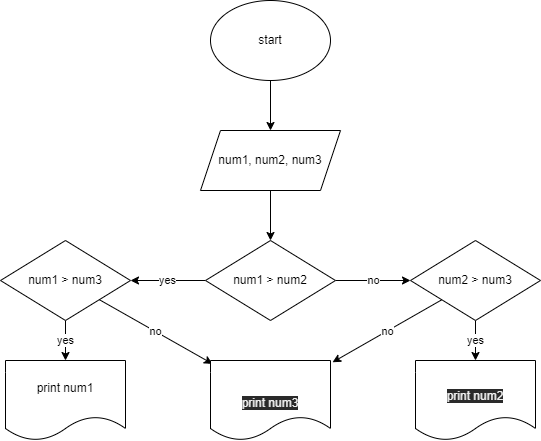
Above: zadacha2/zadacha2.drawio.png in Andrei-Serov73/Homework_08_07_22 (draw.io), before the change. Source tidied: cells renumbered, new cells last; positions are measured from the earlier drawing's top-left corner, leaving out a move shared by most shapes.
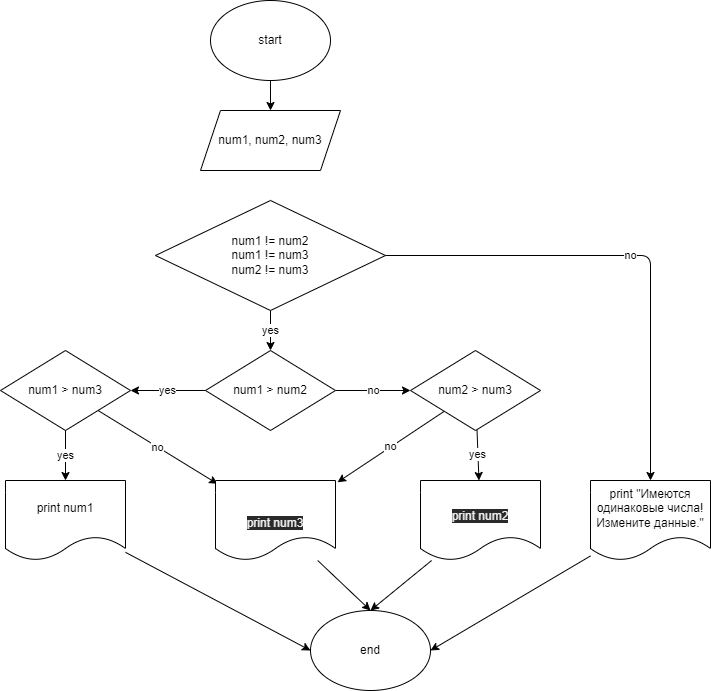
The same diagram one commit later.

Commit message:
решил вторую задачу

The edit, as a diff of the source:
```diff
@@ -8,11 +8,8 @@
     <mxCell id="3" value="start" style="ellipse;whiteSpace=wrap;html=1;" parent="1" vertex="1">
       <mxGeometry x="210" width="120" height="80" as="geometry" />
     </mxCell>
-    <mxCell id="4" style="edgeStyle=none;html=1;" parent="1" edge="1" source="5" target="8">
-      <mxGeometry relative="1" as="geometry" />
-    </mxCell>
     <mxCell id="5" value="num1, num2, num3" style="shape=parallelogram;perimeter=parallelogramPerimeter;whiteSpace=wrap;html=1;fixedSize=1;" parent="1" vertex="1">
-      <mxGeometry x="200" y="130" width="140" height="60" as="geometry" />
+      <mxGeometry x="200" y="110" width="140" height="60" as="geometry" />
     </mxCell>
     <mxCell id="6" value="yes" style="edgeStyle=none;html=1;" parent="1" edge="1" source="8" target="11">
       <mxGeometry relative="1" as="geometry" />
@@ -21,7 +18,7 @@
       <mxGeometry relative="1" as="geometry" />
     </mxCell>
     <mxCell id="8" value="num1 &amp;gt; num2" style="rhombus;whiteSpace=wrap;html=1;" parent="1" vertex="1">
-      <mxGeometry x="205" y="240" width="130" height="80" as="geometry" />
+      <mxGeometry x="205" y="350" width="130" height="80" as="geometry" />
     </mxCell>
     <mxCell id="9" value="yes" style="edgeStyle=none;html=1;" parent="1" edge="1" source="11" target="15">
       <mxGeometry relative="1" as="geometry" />
@@ -30,7 +27,7 @@
       <mxGeometry relative="1" as="geometry" />
     </mxCell>
     <mxCell id="11" value="num1 &amp;gt; num3" style="rhombus;whiteSpace=wrap;html=1;" parent="1" vertex="1">
-      <mxGeometry y="240" width="130" height="80" as="geometry" />
+      <mxGeometry y="350" width="130" height="80" as="geometry" />
     </mxCell>
     <mxCell id="12" value="yes" style="edgeStyle=none;html=1;" parent="1" edge="1" source="14" target="17">
       <mxGeometry relative="1" as="geometry" />
@@ -39,16 +36,47 @@
       <mxGeometry relative="1" as="geometry" />
     </mxCell>
     <mxCell id="14" value="num2 &amp;gt; num3" style="rhombus;whiteSpace=wrap;html=1;" parent="1" vertex="1">
-      <mxGeometry x="410" y="240" width="130" height="80" as="geometry" />
+      <mxGeometry x="410" y="350" width="130" height="80" as="geometry" />
     </mxCell>
+    <mxCell id="18" style="edgeStyle=none;html=1;entryX=0;entryY=0.5;entryDx=0;entryDy=0;" parent="1" edge="1" source="15" target="26">
+      <mxGeometry relative="1" as="geometry" />
+    </mxCell>
     <mxCell id="15" value="print num1" style="shape=document;whiteSpace=wrap;html=1;boundedLbl=1;" parent="1" vertex="1">
-      <mxGeometry x="5" y="360" width="120" height="80" as="geometry" />
+      <mxGeometry x="5" y="480" width="120" height="80" as="geometry" />
     </mxCell>
+    <mxCell id="19" style="edgeStyle=none;html=1;entryX=0.5;entryY=0;entryDx=0;entryDy=0;" parent="1" edge="1" source="16" target="26">
+      <mxGeometry relative="1" as="geometry" />
+    </mxCell>
     <mxCell id="16" value="&lt;br&gt;&lt;br&gt;&lt;span style=&quot;color: rgb(240 , 240 , 240) ; font-family: &amp;#34;helvetica&amp;#34; ; font-size: 12px ; font-style: normal ; font-weight: 400 ; letter-spacing: normal ; text-align: center ; text-indent: 0px ; text-transform: none ; word-spacing: 0px ; background-color: rgb(42 , 42 , 42) ; display: inline ; float: none&quot;&gt;print num3&lt;/span&gt;&lt;br&gt;" style="shape=document;whiteSpace=wrap;html=1;boundedLbl=1;" parent="1" vertex="1">
-      <mxGeometry x="210" y="360" width="120" height="80" as="geometry" />
+      <mxGeometry x="215" y="480" width="120" height="80" as="geometry" />
     </mxCell>
+    <mxCell id="20" style="edgeStyle=none;html=1;entryX=0.5;entryY=0;entryDx=0;entryDy=0;" parent="1" edge="1" source="17" target="26">
+      <mxGeometry relative="1" as="geometry" />
+    </mxCell>
     <mxCell id="17" value="&lt;br&gt;&lt;span style=&quot;color: rgb(240 , 240 , 240) ; font-family: &amp;#34;helvetica&amp;#34; ; font-size: 12px ; font-style: normal ; font-weight: 400 ; letter-spacing: normal ; text-align: center ; text-indent: 0px ; text-transform: none ; word-spacing: 0px ; background-color: rgb(42 , 42 , 42) ; display: inline ; float: none&quot;&gt;print num2&lt;/span&gt;&lt;br&gt;" style="shape=document;whiteSpace=wrap;html=1;boundedLbl=1;" parent="1" vertex="1">
-      <mxGeometry x="415" y="360" width="120" height="80" as="geometry" />
+      <mxGeometry x="420" y="480" width="120" height="80" as="geometry" />
     </mxCell>
+    <mxCell id="21" value="yes" style="edgeStyle=none;html=1;" parent="1" edge="1" source="23" target="8">
+      <mxGeometry relative="1" as="geometry" />
+    </mxCell>
+    <mxCell id="22" value="no" style="edgeStyle=none;html=1;entryX=0.5;entryY=0;entryDx=0;entryDy=0;" parent="1" edge="1" source="23" target="25">
+      <mxGeometry relative="1" as="geometry">
+        <Array as="points">
+          <mxPoint x="650" y="255" />
+        </Array>
+      </mxGeometry>
+    </mxCell>
+    <mxCell id="23" value="num1 != num2&lt;br&gt;num1 != num3&lt;br&gt;num2 != num3" style="rhombus;whiteSpace=wrap;html=1;" parent="1" vertex="1">
+      <mxGeometry x="155" y="200" width="230" height="110" as="geometry" />
+    </mxCell>
+    <mxCell id="24" style="edgeStyle=none;html=1;entryX=1;entryY=0.5;entryDx=0;entryDy=0;" parent="1" edge="1" source="25" target="26">
+      <mxGeometry relative="1" as="geometry" />
+    </mxCell>
+    <mxCell id="25" value="print &quot;Имеются одинаковые числа! Измените данные.&quot;" style="shape=document;whiteSpace=wrap;html=1;boundedLbl=1;" parent="1" vertex="1">
+      <mxGeometry x="590" y="480" width="120" height="80" as="geometry" />
+    </mxCell>
+    <mxCell id="26" value="end" style="ellipse;whiteSpace=wrap;html=1;" parent="1" vertex="1">
+      <mxGeometry x="310" y="610" width="120" height="80" as="geometry" />
+    </mxCell>
   </root>
 </mxGraphModel>
```
